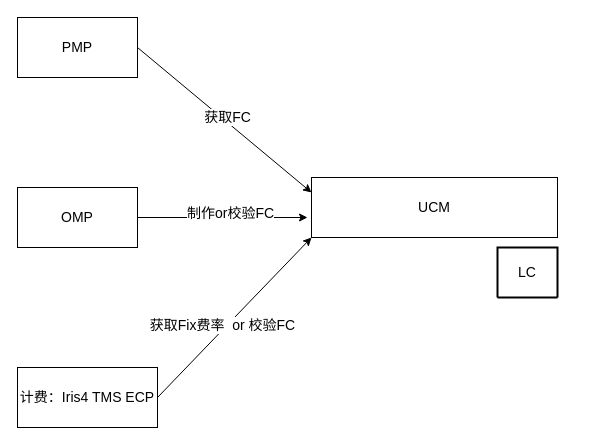
This is page "PMP OMP 计费模块 - UCM 交互基本关系" (1 of 2) of UCM-OMPPMP.drawio from Linsq0504/OMP, a draw.io file, before an edit. Source tidied: cells renumbered, new cells numbered last; positions are measured from the earlier drawing's top-left corner, leaving out a move shared by most shapes. Both pictures are drawn from the tidied source at 100%, with x=0, y=0 at pixel (17, 17).
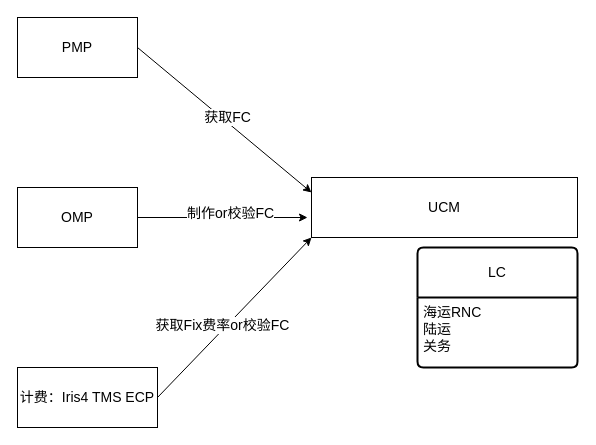
Above is the later version.

Diff of the diagram source:
```diff
@@
 <mxGraphModel>
   <root>
     <mxCell id="0" />
     <mxCell id="1" parent="0" />
     <mxCell id="2" value="PMP" style="rounded=0;whiteSpace=wrap;html=1;fontSize=14;" parent="1" vertex="1">
       <mxGeometry width="120" height="60" as="geometry" />
     </mxCell>
     <mxCell id="3" value="OMP" style="rounded=0;whiteSpace=wrap;html=1;fontSize=14;" parent="1" vertex="1">
       <mxGeometry y="170" width="120" height="60" as="geometry" />
     </mxCell>
     <mxCell id="4" value="计费：Iris4 TMS ECP" style="rounded=0;whiteSpace=wrap;html=1;fontSize=14;" parent="1" vertex="1">
       <mxGeometry y="350" width="140" height="60" as="geometry" />
     </mxCell>
     <mxCell id="5" value="UCM" style="rounded=0;whiteSpace=wrap;html=1;fontSize=14;" parent="1" vertex="1">
-      <mxGeometry x="294" y="160" width="246" height="60" as="geometry" />
+      <mxGeometry x="294" y="160" width="266" height="60" as="geometry" />
     </mxCell>
     <mxCell id="6" style="endArrow=classic;html=1;rounded=0;entryX=0;entryY=0.25;entryDx=0;entryDy=0;" parent="1" edge="1" target="5">
       <mxGeometry relative="1" as="geometry">
         <mxPoint x="120" y="30" as="sourcePoint" />
       </mxGeometry>
     </mxCell>
     <mxCell id="7" value="获取FC" style="edgeLabel;html=1;align=center;verticalAlign=middle;fontSize=14;" parent="6" vertex="1">
       <mxGeometry y="4" relative="1" as="geometry" />
     </mxCell>
     <mxCell id="8" style="endArrow=classic;html=1;rounded=0;exitX=1;exitY=0.5;exitDx=0;exitDy=0;" parent="1" edge="1" source="3">
       <mxGeometry relative="1" as="geometry">
         <mxPoint x="290" y="200" as="targetPoint" />
       </mxGeometry>
     </mxCell>
     <mxCell id="9" value="制作or校验FC" style="edgeLabel;html=1;align=center;verticalAlign=middle;fontSize=14;" parent="8" vertex="1">
       <mxGeometry x="0.08" y="5" relative="1" as="geometry" />
     </mxCell>
     <mxCell id="10" style="endArrow=classic;html=1;rounded=0;entryX=0;entryY=1;entryDx=0;entryDy=0;" parent="1" edge="1" target="5">
       <mxGeometry relative="1" as="geometry">
         <mxPoint x="140" y="380" as="sourcePoint" />
       </mxGeometry>
     </mxCell>
-    <mxCell id="11" value="&lt;font style=&quot;font-size: 14px;&quot;&gt;获取Fix费率&amp;nbsp; or 校验FC&lt;/font&gt;" style="edgeLabel;html=1;align=center;verticalAlign=middle;" parent="10" vertex="1">
+    <mxCell id="11" value="&lt;font style=&quot;font-size: 14px;&quot;&gt;获取Fix费率or校验FC&lt;/font&gt;" style="edgeLabel;html=1;align=center;verticalAlign=middle;" parent="10" vertex="1">
       <mxGeometry x="-0.13" y="4" relative="1" as="geometry" />
     </mxCell>
-    <mxCell id="12" value="LC" style="swimlane;horizontal=1;startSize=50;rounded=1;fontSize=14;fontStyle=0;strokeWidth=2;shadow=0;dashed=0;align=center;arcSize=4;whiteSpace=wrap;html=1;" parent="1" vertex="1" collapsed="1">
-      <mxGeometry x="480" y="230" width="60" height="50" as="geometry" />
+    <mxCell id="12" value="LC" style="swimlane;horizontal=1;startSize=50;rounded=1;fontSize=14;fontStyle=0;strokeWidth=2;shadow=0;dashed=0;align=center;arcSize=4;whiteSpace=wrap;html=1;" parent="1" vertex="1">
+      <mxGeometry x="400" y="230" width="160" height="120" as="geometry" />
     </mxCell>
+    <mxCell id="13" value="&lt;font style=&quot;font-size: 14px;&quot;&gt;海运RNC&lt;/font&gt;&lt;div&gt;&lt;font style=&quot;font-size: 14px;&quot;&gt;陆运&lt;/font&gt;&lt;/div&gt;&lt;div&gt;&lt;font style=&quot;font-size: 14px;&quot;&gt;关务&lt;/font&gt;&lt;/div&gt;" style="align=left;strokeColor=none;fillColor=none;spacingLeft=4;spacingRight=4;fontSize=12;verticalAlign=top;html=1;whiteSpace=wrap;" parent="12" vertex="1">
+      <mxGeometry y="50" width="160" height="70" as="geometry" />
+    </mxCell>
   </root>
 </mxGraphModel>
```
